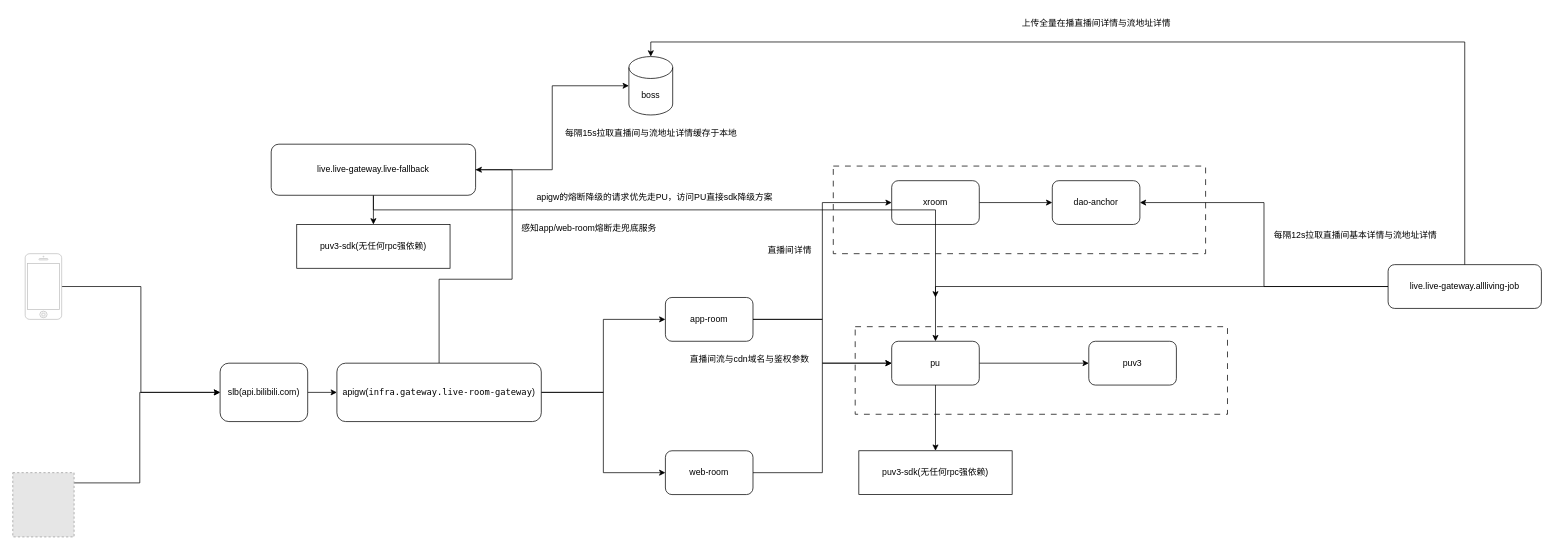
Before: 现有直播播放极致兜底方案.drawio in smartcharles/tech_draw, a draw.io diagram. Source tidied: cells renumbered, new cells numbered last; positions are measured from the earlier drawing's top-left corner, leaving out a move shared by most shapes. Both pictures are drawn from the tidied source at 73%, with x=0, y=0 at pixel (12, 12). Pictures stored in the file or linked from it are replaced by grey dashed boxes.
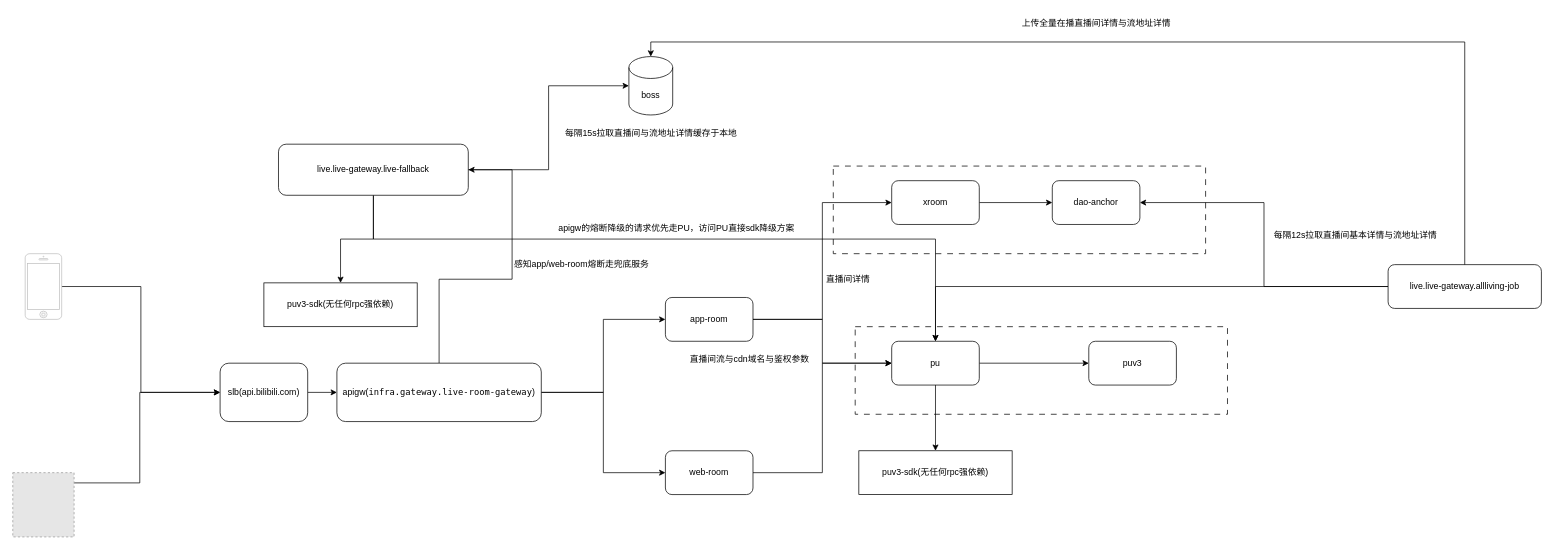
The same diagram, later.

Commit message:
更新现有直播播放极致兜底方案.drawio

Change to the diagram source:
```diff
@@
     <mxCell id="22" value="直播间详情" style="text;html=1;align=center;verticalAlign=middle;strokeColor=none;fillColor=none;" parent="1" vertex="1">
-      <mxGeometry x="1024" y="310" width="80" height="30" as="geometry" />
+      <mxGeometry x="1104" y="350" width="80" height="30" as="geometry" />
     </mxCell>
@@
-    <mxCell id="24" style="edgeStyle=orthogonalEdgeStyle;rounded=0;jettySize=auto;html=1;" parent="1" edge="1" source="25">
-      <mxGeometry relative="1" as="geometry">
-        <mxPoint x="1264" y="390" as="targetPoint" />
-        <Array as="points">
-          <mxPoint x="494" y="270" />
-          <mxPoint x="1264" y="270" />
-        </Array>
-      </mxGeometry>
-    </mxCell>
+    <mxCell id="44" style="edgeStyle=orthogonalEdgeStyle;rounded=0;jettySize=auto;html=1;" parent="1" edge="1" source="25">
+      <mxGeometry relative="1" as="geometry">
+        <mxPoint x="1264" y="450" as="targetPoint" />
+        <Array as="points">
+          <mxPoint x="494" y="310" />
+          <mxPoint x="1264" y="310" />
+        </Array>
+      </mxGeometry>
+    </mxCell>
     <mxCell id="25" value="live.live-gateway.live-fallback" style="rounded=1;whiteSpace=wrap;html=1;" parent="1" vertex="1">
-      <mxGeometry x="354" y="180" width="280" height="70" as="geometry" />
+      <mxGeometry x="364" y="180" width="260" height="70" as="geometry" />
     </mxCell>
@@
     <mxCell id="39" value="puv3-sdk(无任何rpc强依赖)" style="rounded=0;whiteSpace=wrap;html=1;" parent="1" vertex="1">
-      <mxGeometry x="389" y="290" width="210" height="60" as="geometry" />
+      <mxGeometry x="344" y="370" width="210" height="60" as="geometry" />
     </mxCell>
@@
     <mxCell id="42" value="感知app/web-room熔断走兜底服务" style="text;html=1;align=center;verticalAlign=middle;strokeColor=none;fillColor=none;" parent="1" vertex="1">
-      <mxGeometry x="684" y="280" width="210" height="30" as="geometry" />
+      <mxGeometry x="674" y="330" width="210" height="30" as="geometry" />
     </mxCell>
     <mxCell id="43" value="apigw的熔断降级的请求优先走PU，访问PU直接sdk降级方案" style="text;html=1;align=center;verticalAlign=middle;strokeColor=none;fillColor=none;" parent="1" vertex="1">
-      <mxGeometry x="704" y="238" width="350" height="30" as="geometry" />
+      <mxGeometry x="734" y="280" width="350" height="30" as="geometry" />
     </mxCell>
```
